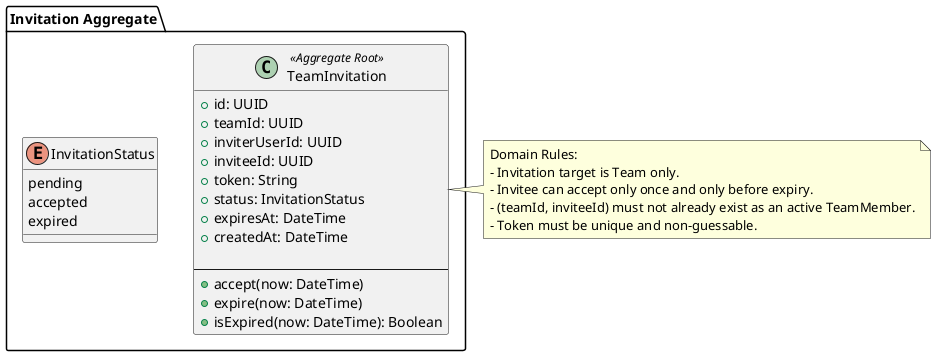
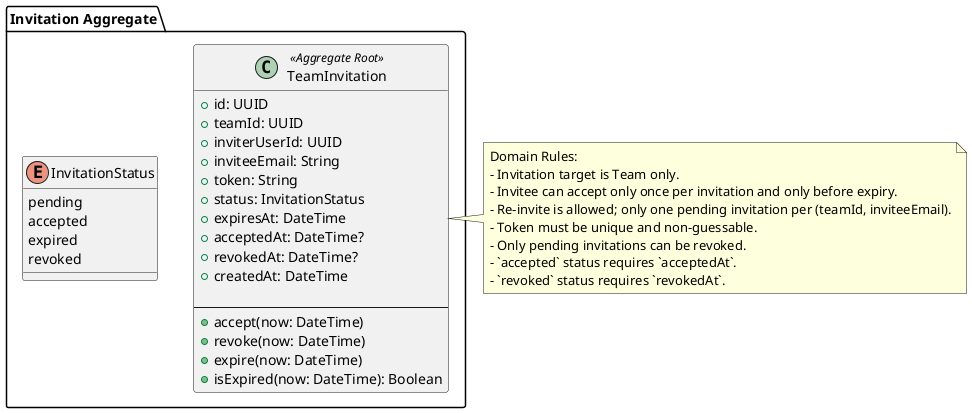
@startuml
package "Invitation Aggregate" {

  class TeamInvitation <<Aggregate Root>> {
    +id: UUID
    +teamId: UUID
    +inviterUserId: UUID
-     +inviteeId: UUID
+     +inviteeEmail: String
    +token: String
    +status: InvitationStatus
    +expiresAt: DateTime
+     +acceptedAt: DateTime?
+     +revokedAt: DateTime?
    +createdAt: DateTime

    --
    +accept(now: DateTime)
+     +revoke(now: DateTime)
    +expire(now: DateTime)
    +isExpired(now: DateTime): Boolean
  }

  enum InvitationStatus {
    pending
    accepted
    expired
+     revoked
  }
}

note right of TeamInvitation
Domain Rules:
- Invitation target is Team only.
- - Invitee can accept only once and only before expiry.
- - (teamId, inviteeId) must not already exist as an active TeamMember.
+ - Invitee can accept only once per invitation and only before expiry.
+ - Re-invite is allowed; only one pending invitation per (teamId, inviteeEmail).
- Token must be unique and non-guessable.
+ - Only pending invitations can be revoked.
+ - `accepted` status requires `acceptedAt`.
+ - `revoked` status requires `revokedAt`.
end note

@enduml